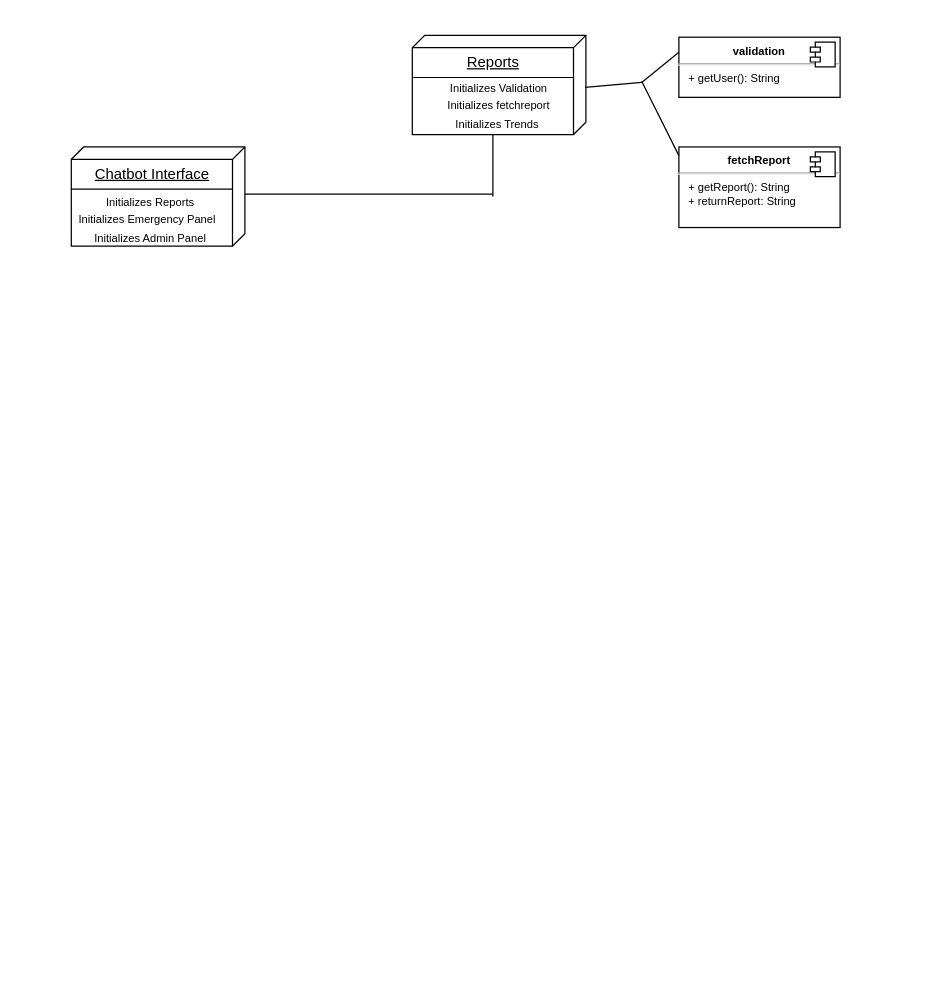
This is DeploymentDiagram.drawio from pranavn35/ProjectDiagrams, a draw.io file, before an edit. Source tidied: cells renumbered, new cells numbered last; positions are measured from the earlier drawing's top-left corner, leaving out a move shared by most shapes. Both pictures are drawn from the tidied source at 124%, with x=0, y=0 at pixel (71, 35).
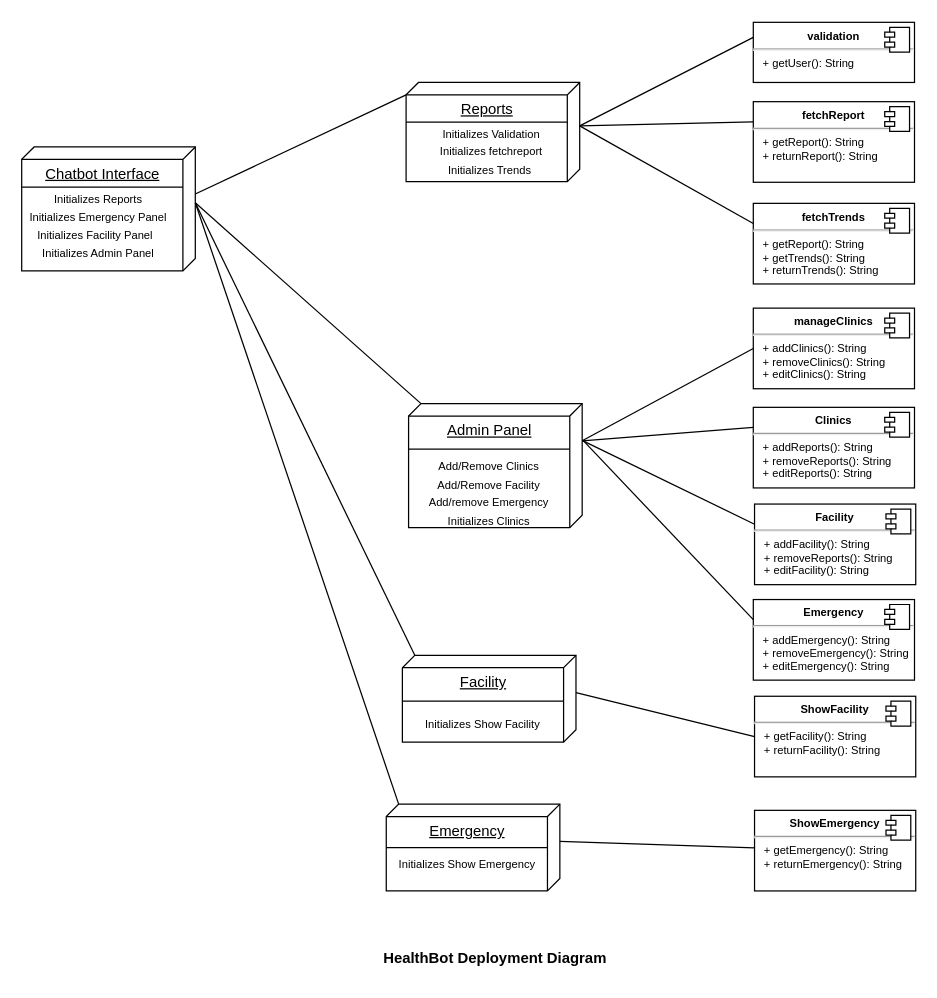
Above is the later version.

The edit, as a diff of the source:
```diff
@@
     <mxCell id="2" value="Chatbot Interface" style="verticalAlign=top;align=center;spacingTop=8;spacingLeft=2;spacingRight=12;shape=cube;size=10;direction=south;fontStyle=4;html=1;" parent="1" vertex="1">
-      <mxGeometry y="90" width="140" height="80" as="geometry" />
+      <mxGeometry x="-40" y="90" width="140" height="100" as="geometry" />
     </mxCell>
     <mxCell id="3" style="line;strokeWidth=1;fillColor=none;align=left;verticalAlign=middle;spacingTop=-1;spacingLeft=3;spacingRight=3;labelPosition=right;" parent="1" vertex="1">
-      <mxGeometry y="120" width="130" height="8" as="geometry" />
+      <mxGeometry x="-40" y="118.5" width="130" height="8" as="geometry" />
     </mxCell>
-    <mxCell id="4" value="&lt;font style=&quot;font-size: 9px&quot;&gt;Initializes Reports&lt;br&gt;Initializes Emergency Panel&amp;nbsp;&amp;nbsp;&lt;br&gt;Initializes Admin Panel&lt;br&gt;&lt;/font&gt;" style="text;html=1;strokeColor=none;fillColor=none;align=center;verticalAlign=middle;whiteSpace=wrap;rounded=0;" parent="1" vertex="1">
-      <mxGeometry x="4" y="138" width="120" height="20" as="geometry" />
+    <mxCell id="4" value="&lt;font style=&quot;font-size: 9px&quot;&gt;Initializes Reports&lt;br&gt;Initializes Emergency Panel&lt;br&gt;Initializes Facility Panel&amp;nbsp;&amp;nbsp;&lt;br&gt;Initializes Admin Panel&lt;br&gt;&lt;/font&gt;" style="text;html=1;strokeColor=none;fillColor=none;align=center;verticalAlign=middle;whiteSpace=wrap;rounded=0;" parent="1" vertex="1">
+      <mxGeometry x="-38" y="143" width="120" height="20" as="geometry" />
     </mxCell>
-    <mxCell id="5" style="endArrow=none;html=1;rounded=0;fontSize=9;exitX=0;exitY=0;exitDx=35;exitDy=0;exitPerimeter=0;" parent="1" edge="1">
+    <mxCell id="5" style="endArrow=none;html=1;rounded=0;fontSize=9;entryX=0;entryY=0;entryDx=10;entryDy=140;entryPerimeter=0;" parent="1" edge="1" target="6">
       <mxGeometry relative="1" as="geometry">
-        <mxPoint x="140" y="128" as="sourcePoint" />
-        <mxPoint x="340" y="128" as="targetPoint" />
+        <mxPoint x="100" y="128" as="sourcePoint" />
       </mxGeometry>
     </mxCell>
     <mxCell id="6" value="Reports" style="verticalAlign=top;align=center;spacingTop=8;spacingLeft=2;spacingRight=12;shape=cube;size=10;direction=south;fontStyle=4;html=1;" parent="1" vertex="1">
-      <mxGeometry x="275" width="140" height="80" as="geometry" />
+      <mxGeometry x="270" y="38" width="140" height="80" as="geometry" />
     </mxCell>
-    <mxCell id="7" style="endArrow=none;html=1;rounded=0;fontSize=9;exitX=0;exitY=0;exitDx=35;exitDy=0;exitPerimeter=0;" parent="1" edge="1">
-      <mxGeometry relative="1" as="geometry">
-        <mxPoint x="340" y="80" as="sourcePoint" />
-        <mxPoint x="340" y="130" as="targetPoint" />
-      </mxGeometry>
-    </mxCell>
     <mxCell id="8" style="line;strokeWidth=1;fillColor=none;align=left;verticalAlign=middle;spacingTop=-1;spacingLeft=3;spacingRight=3;labelPosition=right;" parent="1" vertex="1">
-      <mxGeometry x="275" y="30" width="130" height="8" as="geometry" />
+      <mxGeometry x="270" y="66" width="130" height="8" as="geometry" />
     </mxCell>
     <mxCell id="9" value="&lt;font style=&quot;font-size: 9px&quot;&gt;Initializes Validation&lt;br&gt;Initializes fetchreport&lt;br&gt;Initializes Trends&amp;nbsp;&lt;br&gt;&lt;br&gt;&lt;/font&gt;" style="text;html=1;strokeColor=none;fillColor=none;align=center;verticalAlign=middle;whiteSpace=wrap;rounded=0;" parent="1" vertex="1">
-      <mxGeometry x="290" y="53" width="110" height="20" as="geometry" />
+      <mxGeometry x="284" y="90" width="110" height="20" as="geometry" />
     </mxCell>
-    <mxCell id="10" value="&lt;p style=&quot;margin: 0px ; margin-top: 6px ; text-align: center&quot;&gt;&lt;b&gt;fetchReport&lt;/b&gt;&lt;/p&gt;&lt;hr&gt;&lt;p style=&quot;margin: 0px ; margin-left: 8px&quot;&gt;+ getReport(): String&lt;br&gt;+ returnReport: String&lt;/p&gt;" style="align=left;overflow=fill;html=1;fontSize=9;" parent="1" vertex="1">
-      <mxGeometry x="490" y="90" width="130" height="65" as="geometry" />
+    <mxCell id="10" value="&lt;p style=&quot;margin: 0px ; margin-top: 6px ; text-align: center&quot;&gt;&lt;b&gt;fetchReport&lt;/b&gt;&lt;/p&gt;&lt;hr&gt;&lt;p style=&quot;margin: 0px ; margin-left: 8px&quot;&gt;+ getReport(): String&lt;br&gt;+ returnReport(): String&lt;/p&gt;" style="align=left;overflow=fill;html=1;fontSize=9;" parent="1" vertex="1">
+      <mxGeometry x="550" y="53.5" width="130" height="65" as="geometry" />
     </mxCell>
@@
     <mxCell id="12" value="&lt;p style=&quot;margin: 0px ; margin-top: 6px ; text-align: center&quot;&gt;&lt;b&gt;validation&lt;/b&gt;&lt;/p&gt;&lt;hr&gt;&lt;p style=&quot;margin: 0px ; margin-left: 8px&quot;&gt;+ getUser(): String&lt;br&gt;&lt;/p&gt;" style="align=left;overflow=fill;html=1;fontSize=9;" parent="1" vertex="1">
-      <mxGeometry x="490" y="1.5" width="130" height="48.5" as="geometry" />
+      <mxGeometry x="550" y="-10.5" width="130" height="48.5" as="geometry" />
     </mxCell>
@@
-    <mxCell id="14" style="endArrow=none;html=1;rounded=0;fontSize=9;exitX=0.525;exitY=-0.002;exitDx=0;exitDy=0;exitPerimeter=0;" parent="1" edge="1">
-      <mxGeometry relative="1" as="geometry">
-        <mxPoint x="414.3" y="42" as="sourcePoint" />
-        <mxPoint x="460" y="38" as="targetPoint" />
-      </mxGeometry>
-    </mxCell>
-    <mxCell id="15" style="endArrow=none;html=1;rounded=0;fontSize=9;exitX=0.072;exitY=0.01;exitDx=0;exitDy=0;exitPerimeter=0;entryX=0;entryY=0.25;entryDx=0;entryDy=0;" parent="1" edge="1" target="12">
-      <mxGeometry relative="1" as="geometry">
-        <mxPoint x="460" y="38" as="sourcePoint" />
-      </mxGeometry>
+    <mxCell id="15" style="endArrow=none;html=1;rounded=0;fontSize=9;exitX=0;exitY=0;exitDx=35;exitDy=0;exitPerimeter=0;entryX=0;entryY=0.25;entryDx=0;entryDy=0;" parent="1" edge="1" source="6" target="12">
+      <mxGeometry relative="1" as="geometry" />
     </mxCell>
-    <mxCell id="16" style="endArrow=none;html=1;rounded=0;fontSize=9;entryX=0;entryY=0;entryDx=0;entryDy=0;" parent="1" edge="1">
-      <mxGeometry relative="1" as="geometry">
-        <mxPoint x="460" y="37" as="sourcePoint" />
-        <mxPoint x="490" y="97" as="targetPoint" />
-      </mxGeometry>
+    <mxCell id="16" style="endArrow=none;html=1;rounded=0;fontSize=9;entryX=0;entryY=0.25;entryDx=0;entryDy=0;exitX=0;exitY=0;exitDx=35;exitDy=0;exitPerimeter=0;" parent="1" edge="1" source="6" target="10">
+      <mxGeometry relative="1" as="geometry" />
     </mxCell>
+    <mxCell id="17" value="Admin Panel" style="verticalAlign=top;align=center;spacingTop=8;spacingLeft=2;spacingRight=12;shape=cube;size=10;direction=south;fontStyle=4;html=1;" parent="1" vertex="1">
+      <mxGeometry x="272" y="297" width="140" height="100" as="geometry" />
+    </mxCell>
+    <mxCell id="18" style="line;strokeWidth=1;fillColor=none;align=left;verticalAlign=middle;spacingTop=-1;spacingLeft=3;spacingRight=3;labelPosition=right;" parent="1" vertex="1">
+      <mxGeometry x="272" y="332.5" width="130" height="2.5" as="geometry" />
+    </mxCell>
+    <mxCell id="19" value="&lt;font style=&quot;font-size: 9px&quot;&gt;Add/Remove Clinics&lt;br&gt;Add/Remove Facility&lt;br&gt;Add/remove Emergency&lt;br&gt;Initializes Clinics&lt;br&gt;&amp;nbsp;&lt;br&gt;&lt;br&gt;&lt;/font&gt;" style="text;html=1;strokeColor=none;fillColor=none;align=center;verticalAlign=middle;whiteSpace=wrap;rounded=0;" parent="1" vertex="1">
+      <mxGeometry x="282" y="374" width="110" height="18.5" as="geometry" />
+    </mxCell>
+    <mxCell id="20" value="&lt;p style=&quot;margin: 0px ; margin-top: 6px ; text-align: center&quot;&gt;&lt;b&gt;fetchTrends&lt;/b&gt;&lt;/p&gt;&lt;hr&gt;&lt;p style=&quot;margin: 0px ; margin-left: 8px&quot;&gt;+ getReport(): String&lt;br&gt;+ getTrends(): String&lt;/p&gt;&lt;p style=&quot;margin: 0px ; margin-left: 8px&quot;&gt;+ returnTrends(): String&lt;/p&gt;" style="align=left;overflow=fill;html=1;fontSize=9;" parent="1" vertex="1">
+      <mxGeometry x="550" y="135.5" width="130" height="65" as="geometry" />
+    </mxCell>
+    <mxCell id="21" style="shape=component;jettyWidth=8;jettyHeight=4;fontSize=9;align=center;" parent="20" vertex="1">
+      <mxGeometry x="1" width="20" height="20" relative="1" as="geometry">
+        <mxPoint x="-24" y="4" as="offset" />
+      </mxGeometry>
+    </mxCell>
+    <mxCell id="22" style="endArrow=none;html=1;rounded=0;fontSize=9;entryX=0;entryY=0.25;entryDx=0;entryDy=0;exitX=0;exitY=0;exitDx=35;exitDy=0;exitPerimeter=0;" parent="1" edge="1" source="6" target="20">
+      <mxGeometry relative="1" as="geometry" />
+    </mxCell>
+    <mxCell id="23" value="Facility" style="verticalAlign=top;align=center;spacingTop=8;spacingLeft=2;spacingRight=12;shape=cube;size=10;direction=south;fontStyle=4;html=1;" parent="1" vertex="1">
+      <mxGeometry x="267" y="500" width="140" height="70" as="geometry" />
+    </mxCell>
+    <mxCell id="24" value="Emergency" style="verticalAlign=top;align=center;spacingTop=8;spacingLeft=2;spacingRight=12;shape=cube;size=10;direction=south;fontStyle=4;html=1;" parent="1" vertex="1">
+      <mxGeometry x="254" y="620" width="140" height="70" as="geometry" />
+    </mxCell>
+    <mxCell id="25" style="endArrow=none;html=1;rounded=0;fontSize=9;exitX=0;exitY=0;exitDx=45;exitDy=0;exitPerimeter=0;entryX=0;entryY=0;entryDx=0;entryDy=130;entryPerimeter=0;" parent="1" edge="1" source="2" target="17">
+      <mxGeometry relative="1" as="geometry" />
+    </mxCell>
+    <mxCell id="26" style="endArrow=none;html=1;rounded=0;fontSize=9;exitX=0;exitY=0;exitDx=45;exitDy=0;exitPerimeter=0;entryX=0;entryY=0;entryDx=0;entryDy=130;entryPerimeter=0;" parent="1" edge="1" source="2" target="23">
+      <mxGeometry relative="1" as="geometry" />
+    </mxCell>
+    <mxCell id="27" style="endArrow=none;html=1;rounded=0;fontSize=9;exitX=0;exitY=0;exitDx=45;exitDy=0;exitPerimeter=0;entryX=0;entryY=0;entryDx=0;entryDy=130;entryPerimeter=0;" parent="1" edge="1" source="2" target="24">
+      <mxGeometry relative="1" as="geometry" />
+    </mxCell>
+    <mxCell id="28" style="line;strokeWidth=1;fillColor=none;align=left;verticalAlign=middle;spacingTop=-1;spacingLeft=3;spacingRight=3;labelPosition=right;" parent="1" vertex="1">
+      <mxGeometry x="267" y="533" width="130" height="8" as="geometry" />
+    </mxCell>
+    <mxCell id="29" value="&lt;p style=&quot;margin: 0px ; margin-top: 6px ; text-align: center&quot;&gt;&lt;b&gt;manageClinics&lt;/b&gt;&lt;/p&gt;&lt;hr&gt;&lt;p style=&quot;margin: 0px ; margin-left: 8px&quot;&gt;+ addClinics(): String&lt;br&gt;+ removeClinics(): String&lt;/p&gt;&lt;p style=&quot;margin: 0px ; margin-left: 8px&quot;&gt;+ editClinics(): String&lt;/p&gt;" style="align=left;overflow=fill;html=1;fontSize=9;" parent="1" vertex="1">
+      <mxGeometry x="550" y="220" width="130" height="65" as="geometry" />
+    </mxCell>
+    <mxCell id="30" style="shape=component;jettyWidth=8;jettyHeight=4;fontSize=9;align=center;" parent="29" vertex="1">
+      <mxGeometry x="1" width="20" height="20" relative="1" as="geometry">
+        <mxPoint x="-24" y="4" as="offset" />
+      </mxGeometry>
+    </mxCell>
+    <mxCell id="31" value="&lt;p style=&quot;margin: 0px ; margin-top: 6px ; text-align: center&quot;&gt;&lt;b&gt;Clinics&lt;/b&gt;&lt;/p&gt;&lt;hr&gt;&lt;p style=&quot;margin: 0px ; margin-left: 8px&quot;&gt;+ addReports(): String&lt;br&gt;+ removeReports(): String&lt;/p&gt;&lt;p style=&quot;margin: 0px ; margin-left: 8px&quot;&gt;+ editReports(): String&lt;/p&gt;" style="align=left;overflow=fill;html=1;fontSize=9;" parent="1" vertex="1">
+      <mxGeometry x="550" y="300" width="130" height="65" as="geometry" />
+    </mxCell>
+    <mxCell id="32" style="shape=component;jettyWidth=8;jettyHeight=4;fontSize=9;align=center;" parent="31" vertex="1">
+      <mxGeometry x="1" width="20" height="20" relative="1" as="geometry">
+        <mxPoint x="-24" y="4" as="offset" />
+      </mxGeometry>
+    </mxCell>
+    <mxCell id="33" style="endArrow=none;html=1;rounded=0;fontSize=9;exitX=0;exitY=0;exitDx=30;exitDy=0;exitPerimeter=0;entryX=0;entryY=0.5;entryDx=0;entryDy=0;" parent="1" edge="1" source="17" target="29">
+      <mxGeometry relative="1" as="geometry" />
+    </mxCell>
+    <mxCell id="34" style="endArrow=none;html=1;rounded=0;fontSize=9;exitX=0;exitY=0;exitDx=30;exitDy=0;exitPerimeter=0;entryX=0;entryY=0.25;entryDx=0;entryDy=0;" parent="1" edge="1" source="17" target="31">
+      <mxGeometry relative="1" as="geometry" />
+    </mxCell>
+    <mxCell id="35" value="&lt;font style=&quot;font-size: 9px&quot;&gt;Initializes Show Facility&lt;br&gt;&lt;/font&gt;" style="text;html=1;strokeColor=none;fillColor=none;align=center;verticalAlign=middle;whiteSpace=wrap;rounded=0;" parent="1" vertex="1">
+      <mxGeometry x="277" y="546" width="110" height="18.5" as="geometry" />
+    </mxCell>
+    <mxCell id="36" value="&lt;p style=&quot;margin: 0px ; margin-top: 6px ; text-align: center&quot;&gt;&lt;b&gt;Facility&lt;/b&gt;&lt;/p&gt;&lt;hr&gt;&lt;p style=&quot;margin: 0px ; margin-left: 8px&quot;&gt;+ addFacility(): String&lt;br&gt;+ removeReports(): String&lt;/p&gt;&lt;p style=&quot;margin: 0px ; margin-left: 8px&quot;&gt;+ editFacility(): String&lt;/p&gt;" style="align=left;overflow=fill;html=1;fontSize=9;" parent="1" vertex="1">
+      <mxGeometry x="551" y="378" width="130" height="65" as="geometry" />
+    </mxCell>
+    <mxCell id="37" style="shape=component;jettyWidth=8;jettyHeight=4;fontSize=9;align=center;" parent="36" vertex="1">
+      <mxGeometry x="1" width="20" height="20" relative="1" as="geometry">
+        <mxPoint x="-24" y="4" as="offset" />
+      </mxGeometry>
+    </mxCell>
+    <mxCell id="38" value="&lt;p style=&quot;margin: 0px ; margin-top: 6px ; text-align: center&quot;&gt;&lt;b&gt;Emergency&lt;/b&gt;&lt;/p&gt;&lt;hr&gt;&lt;p style=&quot;margin: 0px ; margin-left: 8px&quot;&gt;+ addEmergency(): String&lt;br&gt;+ removeEmergency(): String&lt;/p&gt;&lt;p style=&quot;margin: 0px ; margin-left: 8px&quot;&gt;+ editEmergency(): String&lt;/p&gt;" style="align=left;overflow=fill;html=1;fontSize=9;" parent="1" vertex="1">
+      <mxGeometry x="550" y="455" width="130" height="65" as="geometry" />
+    </mxCell>
+    <mxCell id="39" style="shape=component;jettyWidth=8;jettyHeight=4;fontSize=9;align=center;" parent="38" vertex="1">
+      <mxGeometry x="1" width="20" height="20" relative="1" as="geometry">
+        <mxPoint x="-24" y="4" as="offset" />
+      </mxGeometry>
+    </mxCell>
+    <mxCell id="40" style="endArrow=none;html=1;rounded=0;fontSize=9;exitX=0.3;exitY=-0.005;exitDx=0;exitDy=0;exitPerimeter=0;entryX=0;entryY=0.25;entryDx=0;entryDy=0;" parent="1" edge="1" source="17" target="36">
+      <mxGeometry relative="1" as="geometry" />
+    </mxCell>
+    <mxCell id="41" style="endArrow=none;html=1;rounded=0;fontSize=9;entryX=0;entryY=0.25;entryDx=0;entryDy=0;exitX=0.297;exitY=-0.005;exitDx=0;exitDy=0;exitPerimeter=0;" parent="1" edge="1" source="17" target="38">
+      <mxGeometry relative="1" as="geometry" />
+    </mxCell>
+    <mxCell id="42" value="&lt;p style=&quot;margin: 0px ; margin-top: 6px ; text-align: center&quot;&gt;&lt;b&gt;ShowFacility&lt;/b&gt;&lt;/p&gt;&lt;hr&gt;&lt;p style=&quot;margin: 0px ; margin-left: 8px&quot;&gt;+ getFacility(): String&lt;br&gt;+ returnFacility(): String&lt;/p&gt;&lt;p style=&quot;margin: 0px ; margin-left: 8px&quot;&gt;&lt;br&gt;&lt;/p&gt;" style="align=left;overflow=fill;html=1;fontSize=9;" parent="1" vertex="1">
+      <mxGeometry x="551" y="533" width="130" height="65" as="geometry" />
+    </mxCell>
+    <mxCell id="43" style="shape=component;jettyWidth=8;jettyHeight=4;fontSize=9;align=center;" parent="42" vertex="1">
+      <mxGeometry x="1" width="20" height="20" relative="1" as="geometry">
+        <mxPoint x="-24" y="4" as="offset" />
+      </mxGeometry>
+    </mxCell>
+    <mxCell id="44" style="endArrow=none;html=1;rounded=0;fontSize=9;exitX=0;exitY=0;exitDx=30;exitDy=0;exitPerimeter=0;entryX=0;entryY=0.5;entryDx=0;entryDy=0;" parent="1" edge="1" source="23" target="42">
+      <mxGeometry relative="1" as="geometry" />
+    </mxCell>
+    <mxCell id="45" style="line;strokeWidth=1;fillColor=none;align=left;verticalAlign=middle;spacingTop=-1;spacingLeft=3;spacingRight=3;labelPosition=right;" parent="1" vertex="1">
+      <mxGeometry x="254" y="651" width="130" height="8" as="geometry" />
+    </mxCell>
+    <mxCell id="46" value="&lt;font style=&quot;font-size: 9px&quot;&gt;Initializes Show Emergency&lt;br&gt;&lt;/font&gt;" style="text;html=1;strokeColor=none;fillColor=none;align=center;verticalAlign=middle;whiteSpace=wrap;rounded=0;" parent="1" vertex="1">
+      <mxGeometry x="262.5" y="659" width="113" height="18.5" as="geometry" />
+    </mxCell>
+    <mxCell id="47" value="&lt;p style=&quot;margin: 0px ; margin-top: 6px ; text-align: center&quot;&gt;&lt;b&gt;ShowEmergency&lt;/b&gt;&lt;/p&gt;&lt;hr&gt;&lt;p style=&quot;margin: 0px ; margin-left: 8px&quot;&gt;+ getEmergency(): String&lt;br&gt;+ returnEmergency(): String&lt;/p&gt;&lt;p style=&quot;margin: 0px ; margin-left: 8px&quot;&gt;&lt;br&gt;&lt;/p&gt;" style="align=left;overflow=fill;html=1;fontSize=9;" parent="1" vertex="1">
+      <mxGeometry x="551" y="625" width="130" height="65" as="geometry" />
+    </mxCell>
+    <mxCell id="48" style="shape=component;jettyWidth=8;jettyHeight=4;fontSize=9;align=center;" parent="47" vertex="1">
+      <mxGeometry x="1" width="20" height="20" relative="1" as="geometry">
+        <mxPoint x="-24" y="4" as="offset" />
+      </mxGeometry>
+    </mxCell>
+    <mxCell id="49" style="endArrow=none;html=1;rounded=0;fontSize=9;exitX=0;exitY=0;exitDx=30;exitDy=0;exitPerimeter=0;" parent="1" edge="1" source="24" target="47">
+      <mxGeometry relative="1" as="geometry" />
+    </mxCell>
+    <mxCell id="50" value="&lt;font style=&quot;font-size: 12px&quot;&gt;&lt;b&gt;HealthBot Deployment Diagram&lt;/b&gt;&lt;/font&gt;" style="text;html=1;strokeColor=none;fillColor=none;align=center;verticalAlign=middle;whiteSpace=wrap;rounded=0;fontSize=9;" parent="1" vertex="1">
+      <mxGeometry x="197" y="730" width="290" height="30" as="geometry" />
+    </mxCell>
```
